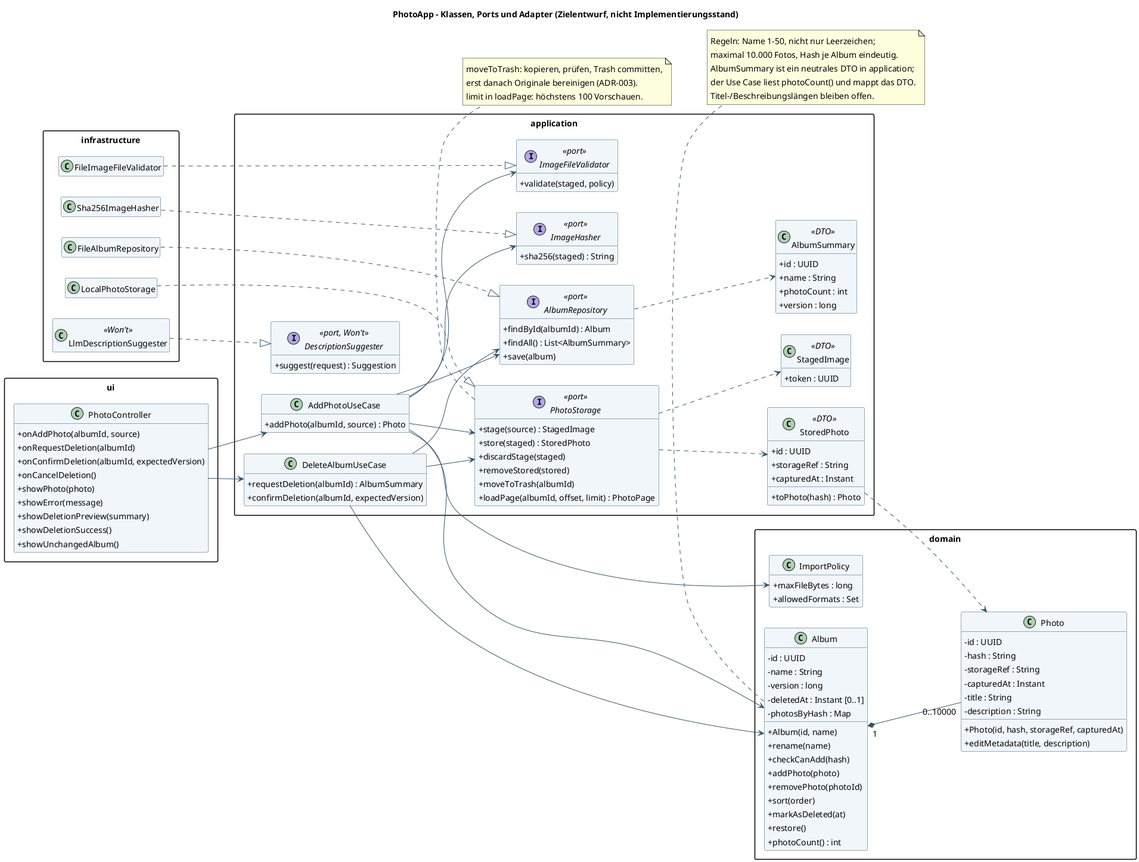
This is docs/design/klassen.png from ichessebaeume1/PhotoApp, a PlantUML export, as it was before one commit. The source it was exported from:
```plantuml
@startuml
skinparam backgroundColor white
skinparam shadowing false
skinparam defaultFontName SansSerif
skinparam defaultFontSize 14
skinparam classAttributeIconSize 0
skinparam packageStyle rectangle
skinparam ArrowColor #34536B
skinparam classBackgroundColor #F1F6FA
skinparam classBorderColor #34536B
title PhotoApp - Klassen, Ports und Adapter (Zielentwurf, nicht Implementierungsstand)
left to right direction
hide empty members
package "domain" {
class Album {
 - id : UUID
 - name : String
 - version : long
 - deletedAt : Instant [0..1]
 - photosByHash : Map
 + Album(id, name)
 + rename(name)
 + checkCanAdd(hash)
 + addPhoto(photo)
 + removePhoto(photoId)
 + sort(order)
 + markAsDeleted(at)
 + restore()
 + photoCount() : int
}
class Photo {
 - id : UUID
 - hash : String
 - storageRef : String
 - capturedAt : Instant
 - title : String
 - description : String
 + Photo(id, hash, storageRef, capturedAt)
 + editMetadata(title, description)
}
class ImportPolicy {
 + maxFileBytes : long
 + allowedFormats : Set
}
Album "1" *-- "0..10000" Photo
}
package "application" {
class AddPhotoUseCase {
 + addPhoto(albumId, source) : Photo
}
class DeleteAlbumUseCase {
 + requestDeletion(albumId) : AlbumSummary
 + confirmDeletion(albumId, expectedVersion)
}
class AlbumSummary <<DTO>> {
 + id : UUID
 + name : String
 + photoCount : int
 + version : long
}
class StagedImage <<DTO>> {
 + token : UUID
}
class StoredPhoto <<DTO>> {
 + id : UUID
 + storageRef : String
 + capturedAt : Instant
 + toPhoto(hash) : Photo
}
interface AlbumRepository <<port>> {
 + findById(albumId) : Album
 + findAll() : List<AlbumSummary>
 + save(album)
}
interface PhotoStorage <<port>> {
 + stage(source) : StagedImage
 + store(staged) : StoredPhoto
 + discardStage(staged)
 + removeStored(stored)
 + moveToTrash(albumId)
 + loadPage(albumId, offset, limit) : PhotoPage
}
interface ImageFileValidator <<port>> {
 + validate(staged, policy)
}
interface ImageHasher <<port>> {
 + sha256(staged) : String
}
interface DescriptionSuggester <<port, Won't>> {
 + suggest(request) : Suggestion
}
AddPhotoUseCase --> Album
AddPhotoUseCase --> AlbumRepository
AddPhotoUseCase --> PhotoStorage
AddPhotoUseCase --> ImageFileValidator
AddPhotoUseCase --> ImageHasher
AddPhotoUseCase --> ImportPolicy
DeleteAlbumUseCase --> AlbumRepository
DeleteAlbumUseCase --> PhotoStorage
DeleteAlbumUseCase --> Album
AlbumRepository ..> AlbumSummary
PhotoStorage ..> StagedImage
PhotoStorage ..> StoredPhoto
StoredPhoto ..> Photo
}
package "infrastructure" {
class FileAlbumRepository
class LocalPhotoStorage
class FileImageFileValidator
class Sha256ImageHasher
class LlmDescriptionSuggester <<Won't>>
FileAlbumRepository ..|> AlbumRepository
LocalPhotoStorage ..|> PhotoStorage
FileImageFileValidator ..|> ImageFileValidator
Sha256ImageHasher ..|> ImageHasher
LlmDescriptionSuggester ..|> DescriptionSuggester
}
package "ui" {
class PhotoController {
 + onAddPhoto(albumId, source)
 + onRequestDeletion(albumId)
 + onConfirmDeletion(albumId, expectedVersion)
 + onCancelDeletion()
 + showPhoto(photo)
 + showError(message)
 + showDeletionPreview(summary)
 + showDeletionSuccess()
 + showUnchangedAlbum()
}
PhotoController --> AddPhotoUseCase
PhotoController --> DeleteAlbumUseCase
}
note bottom of Album
Regeln: Name 1-50, nicht nur Leerzeichen;
maximal 10.000 Fotos, Hash je Album eindeutig.
AlbumSummary ist ein neutrales DTO in application;
der Use Case liest photoCount() und mappt das DTO.
Titel-/Beschreibungslängen bleiben offen.
end note
note bottom of PhotoStorage
moveToTrash: kopieren, prüfen, Trash committen,
erst danach Originale bereinigen (ADR-003).
limit in loadPage: höchstens 100 Vorschauen.
end note
@enduml
```
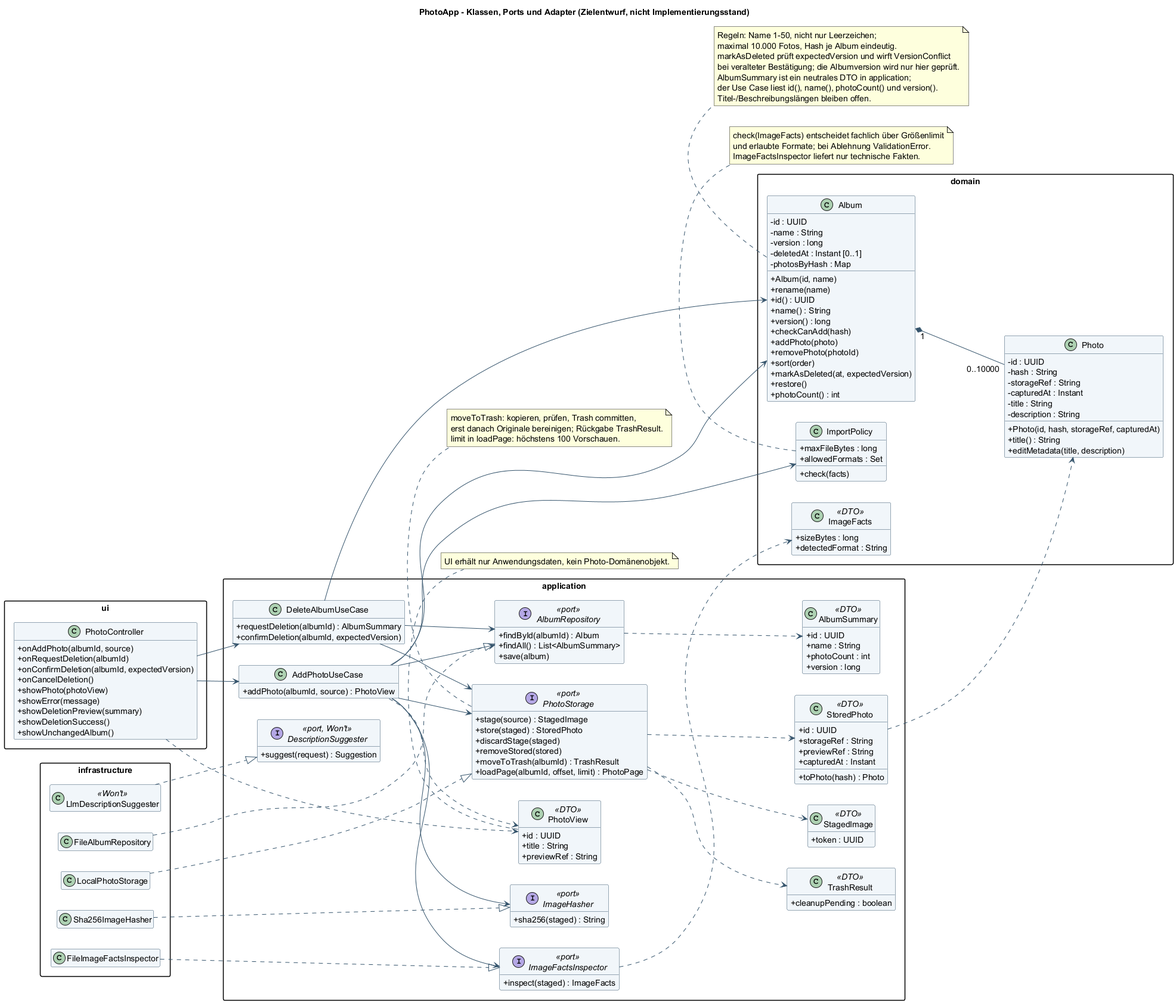
Above is the later version.

Change to the diagram source:
```diff
@@ -20,11 +20,14 @@
  - photosByHash : Map
  + Album(id, name)
  + rename(name)
+ + id() : UUID
+ + name() : String
+ + version() : long
  + checkCanAdd(hash)
  + addPhoto(photo)
  + removePhoto(photoId)
  + sort(order)
- + markAsDeleted(at)
+ + markAsDeleted(at, expectedVersion)
  + restore()
  + photoCount() : int
 }
@@ -36,17 +39,23 @@
  - title : String
  - description : String
  + Photo(id, hash, storageRef, capturedAt)
+ + title() : String
  + editMetadata(title, description)
 }
 class ImportPolicy {
  + maxFileBytes : long
  + allowedFormats : Set
+ + check(facts)
+}
+class ImageFacts <<DTO>> {
+ + sizeBytes : long
+ + detectedFormat : String
 }
 Album "1" *-- "0..10000" Photo
 }
 package "application" {
 class AddPhotoUseCase {
- + addPhoto(albumId, source) : Photo
+ + addPhoto(albumId, source) : PhotoView
 }
 class DeleteAlbumUseCase {
  + requestDeletion(albumId) : AlbumSummary
@@ -64,8 +73,17 @@
 class StoredPhoto <<DTO>> {
  + id : UUID
  + storageRef : String
+ + previewRef : String
  + capturedAt : Instant
  + toPhoto(hash) : Photo
+}
+class PhotoView <<DTO>> {
+ + id : UUID
+ + title : String
+ + previewRef : String
+}
+class TrashResult <<DTO>> {
+ + cleanupPending : boolean
 }
 interface AlbumRepository <<port>> {
  + findById(albumId) : Album
@@ -77,11 +95,11 @@
  + store(staged) : StoredPhoto
  + discardStage(staged)
  + removeStored(stored)
- + moveToTrash(albumId)
+ + moveToTrash(albumId) : TrashResult
  + loadPage(albumId, offset, limit) : PhotoPage
 }
-interface ImageFileValidator <<port>> {
- + validate(staged, policy)
+interface ImageFactsInspector <<port>> {
+ + inspect(staged) : ImageFacts
 }
 interface ImageHasher <<port>> {
  + sha256(staged) : String
@@ -92,7 +110,7 @@
 AddPhotoUseCase --> Album
 AddPhotoUseCase --> AlbumRepository
 AddPhotoUseCase --> PhotoStorage
-AddPhotoUseCase --> ImageFileValidator
+AddPhotoUseCase --> ImageFactsInspector
 AddPhotoUseCase --> ImageHasher
 AddPhotoUseCase --> ImportPolicy
 DeleteAlbumUseCase --> AlbumRepository
@@ -101,17 +119,20 @@
 AlbumRepository ..> AlbumSummary
 PhotoStorage ..> StagedImage
 PhotoStorage ..> StoredPhoto
+PhotoStorage ..> TrashResult
 StoredPhoto ..> Photo
+AddPhotoUseCase ..> PhotoView
+ImageFactsInspector ..> ImageFacts
 }
 package "infrastructure" {
 class FileAlbumRepository
 class LocalPhotoStorage
-class FileImageFileValidator
+class FileImageFactsInspector
 class Sha256ImageHasher
 class LlmDescriptionSuggester <<Won't>>
 FileAlbumRepository ..|> AlbumRepository
 LocalPhotoStorage ..|> PhotoStorage
-FileImageFileValidator ..|> ImageFileValidator
+FileImageFactsInspector ..|> ImageFactsInspector
 Sha256ImageHasher ..|> ImageHasher
 LlmDescriptionSuggester ..|> DescriptionSuggester
 }
@@ -121,7 +142,7 @@
  + onRequestDeletion(albumId)
  + onConfirmDeletion(albumId, expectedVersion)
  + onCancelDeletion()
- + showPhoto(photo)
+ + showPhoto(photoView)
  + showError(message)
  + showDeletionPreview(summary)
  + showDeletionSuccess()
@@ -129,17 +150,28 @@
 }
 PhotoController --> AddPhotoUseCase
 PhotoController --> DeleteAlbumUseCase
+PhotoController ..> PhotoView
 }
 note bottom of Album
 Regeln: Name 1-50, nicht nur Leerzeichen;
 maximal 10.000 Fotos, Hash je Album eindeutig.
+markAsDeleted prüft expectedVersion und wirft VersionConflict
+bei veralteter Bestätigung; die Albumversion wird nur hier geprüft.
 AlbumSummary ist ein neutrales DTO in application;
-der Use Case liest photoCount() und mappt das DTO.
+der Use Case liest id(), name(), photoCount() und version().
 Titel-/Beschreibungslängen bleiben offen.
+end note
+note bottom of ImportPolicy
+check(ImageFacts) entscheidet fachlich über Größenlimit
+und erlaubte Formate; bei Ablehnung ValidationError.
+ImageFactsInspector liefert nur technische Fakten.
+end note
+note bottom of PhotoView
+UI erhält nur Anwendungsdaten, kein Photo-Domänenobjekt.
 end note
 note bottom of PhotoStorage
 moveToTrash: kopieren, prüfen, Trash committen,
-erst danach Originale bereinigen (ADR-003).
+erst danach Originale bereinigen; Rückgabe TrashResult.
 limit in loadPage: höchstens 100 Vorschauen.
 end note
 @enduml
```
